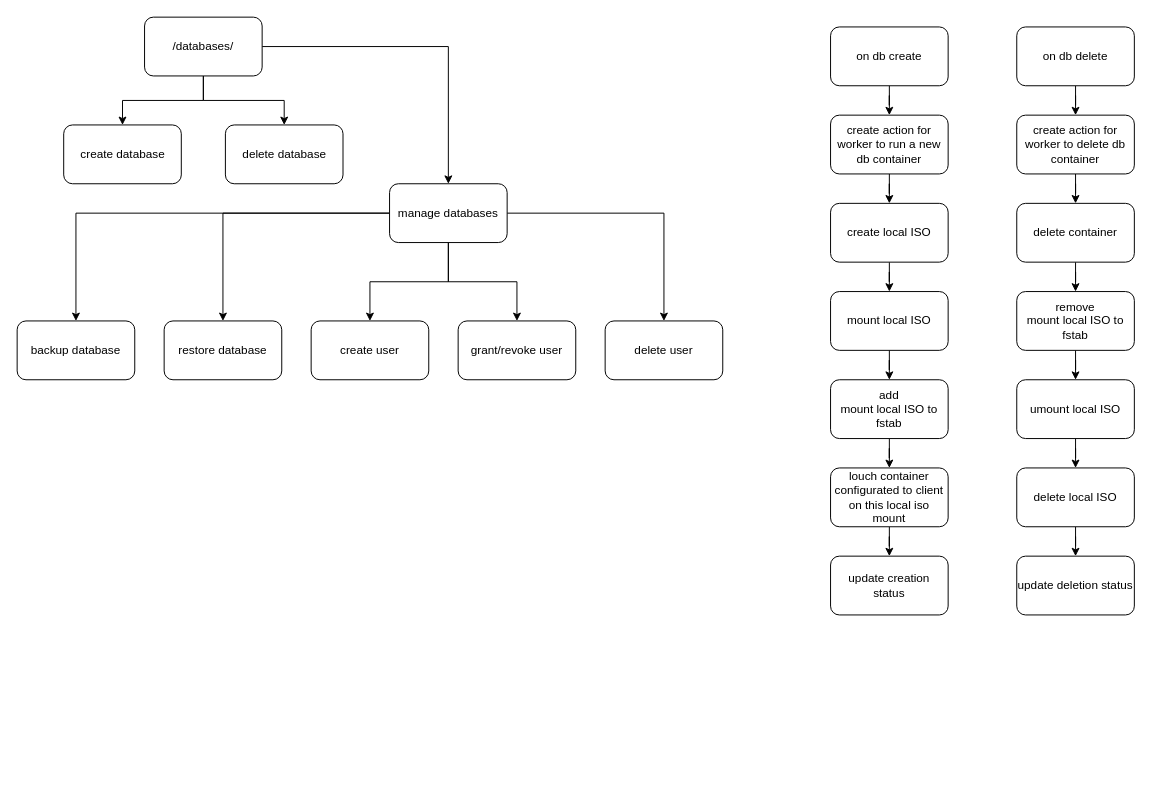
PedroMussato/pgaas.online keeps this draw.io diagram as diagrams/pgaas.drawio. Above is the earlier version. Source tidied: cells renumbered, new cells numbered last; positions are measured from the earlier drawing's top-left corner, leaving out a move shared by most shapes. Both pictures are drawn from the tidied source at 98%, with x=0, y=0 at pixel (17, 17).
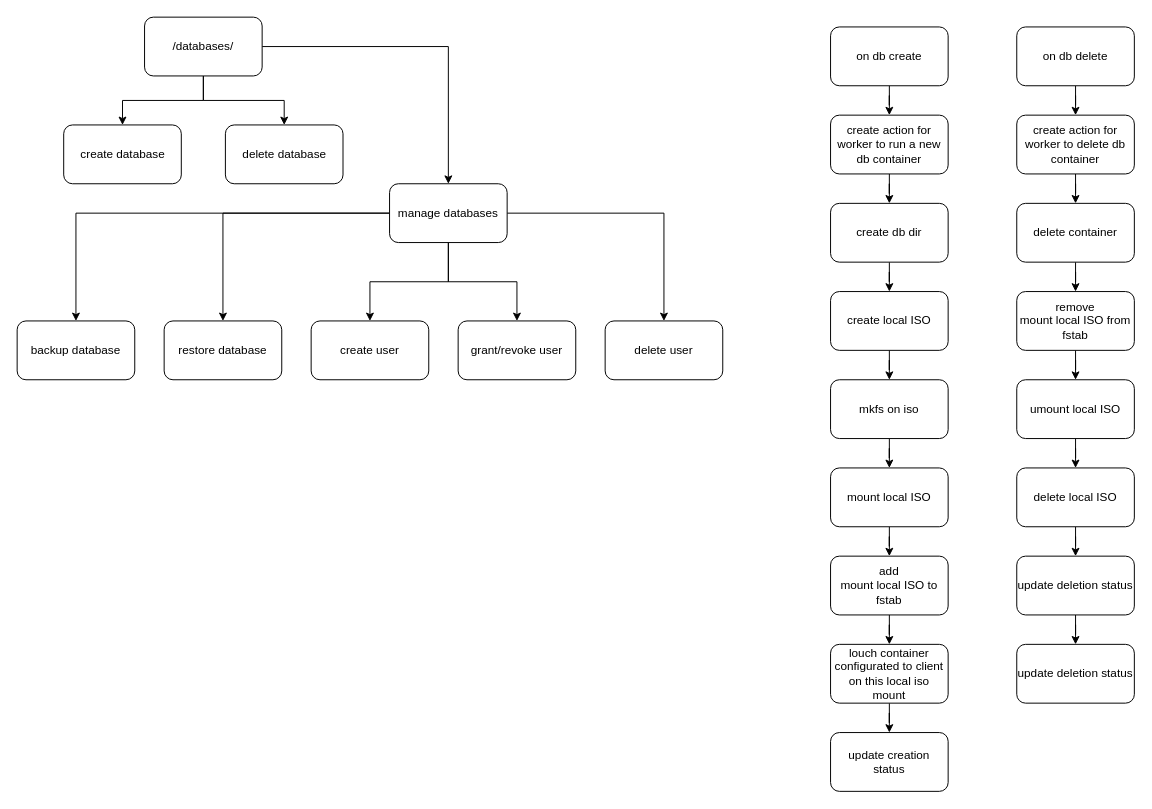
After the change.

The change refers to these unchanged cells:
```xml
<mxCell id="22" value="create action for worker to run a new db container" style="rounded=1;whiteSpace=wrap;html=1;" parent="1" vertex="1">
  <mxGeometry x="830" y="100" width="120" height="60" as="geometry" />
</mxCell>
<mxCell id="36" value="update deletion status" style="rounded=1;whiteSpace=wrap;html=1;" parent="1" vertex="1">
  <mxGeometry x="1020" y="550" width="120" height="60" as="geometry" />
</mxCell>
```

What changed in the source:
```diff
@@
-    <mxCell id="21" style="edgeStyle=orthogonalEdgeStyle;rounded=0;jettySize=auto;html=1;" parent="1" edge="1" source="22" target="25">
-      <mxGeometry relative="1" as="geometry" />
-    </mxCell>
+    <mxCell id="45" style="edgeStyle=orthogonalEdgeStyle;rounded=0;jettySize=auto;html=1;" parent="1" edge="1" source="22" target="49">
+      <mxGeometry relative="1" as="geometry" />
+    </mxCell>
@@
     <mxCell id="23" value="update creation status" style="rounded=1;whiteSpace=wrap;html=1;" parent="1" vertex="1">
-      <mxGeometry x="830" y="550" width="120" height="60" as="geometry" />
+      <mxGeometry x="830" y="730" width="120" height="60" as="geometry" />
     </mxCell>
-    <mxCell id="24" style="edgeStyle=orthogonalEdgeStyle;rounded=0;jettySize=auto;html=1;" parent="1" edge="1" source="25" target="27">
-      <mxGeometry relative="1" as="geometry" />
-    </mxCell>
+    <mxCell id="46" style="edgeStyle=orthogonalEdgeStyle;rounded=0;jettySize=auto;html=1;" parent="1" edge="1" source="25" target="51">
+      <mxGeometry relative="1" as="geometry" />
+    </mxCell>
     <mxCell id="25" value="&lt;div&gt;create local ISO&lt;/div&gt;" style="rounded=1;whiteSpace=wrap;html=1;" parent="1" vertex="1">
-      <mxGeometry x="830" y="190" width="120" height="60" as="geometry" />
+      <mxGeometry x="830" y="280" width="120" height="60" as="geometry" />
     </mxCell>
@@
     <mxCell id="27" value="&lt;div&gt;mount local ISO&lt;/div&gt;" style="rounded=1;whiteSpace=wrap;html=1;" parent="1" vertex="1">
-      <mxGeometry x="830" y="280" width="120" height="60" as="geometry" />
+      <mxGeometry x="830" y="460" width="120" height="60" as="geometry" />
     </mxCell>
@@
     <mxCell id="29" value="add&lt;br&gt;&lt;div&gt;mount local ISO to fstab&lt;br&gt;&lt;/div&gt;" style="rounded=1;whiteSpace=wrap;html=1;" parent="1" vertex="1">
-      <mxGeometry x="830" y="370" width="120" height="60" as="geometry" />
+      <mxGeometry x="830" y="550" width="120" height="60" as="geometry" />
     </mxCell>
@@
     <mxCell id="31" value="louch container configurated to client on this local iso mount" style="rounded=1;whiteSpace=wrap;html=1;" parent="1" vertex="1">
-      <mxGeometry x="830" y="460" width="120" height="60" as="geometry" />
+      <mxGeometry x="830" y="640" width="120" height="60" as="geometry" />
     </mxCell>
@@
+    <mxCell id="47" style="edgeStyle=orthogonalEdgeStyle;rounded=0;jettySize=auto;html=1;" parent="1" edge="1" source="36" target="52">
+      <mxGeometry relative="1" as="geometry" />
+    </mxCell>
@@
-    <mxCell id="42" value="remove&lt;br&gt;&lt;div&gt;mount local ISO to fstab&lt;br&gt;&lt;/div&gt;" style="rounded=1;whiteSpace=wrap;html=1;" parent="1" vertex="1">
+    <mxCell id="42" value="remove&lt;br&gt;&lt;div&gt;mount local ISO from fstab&lt;br&gt;&lt;/div&gt;" style="rounded=1;whiteSpace=wrap;html=1;" parent="1" vertex="1">
       <mxGeometry x="1020" y="280" width="120" height="60" as="geometry" />
     </mxCell>
@@
+    <mxCell id="48" style="edgeStyle=orthogonalEdgeStyle;rounded=0;jettySize=auto;html=1;" parent="1" edge="1" source="49" target="25">
+      <mxGeometry relative="1" as="geometry" />
+    </mxCell>
+    <mxCell id="49" value="create db dir" style="rounded=1;whiteSpace=wrap;html=1;" parent="1" vertex="1">
+      <mxGeometry x="830" y="190" width="120" height="60" as="geometry" />
+    </mxCell>
+    <mxCell id="50" style="edgeStyle=orthogonalEdgeStyle;rounded=0;jettySize=auto;html=1;" parent="1" edge="1" source="51" target="27">
+      <mxGeometry relative="1" as="geometry" />
+    </mxCell>
+    <mxCell id="51" value="&lt;div&gt;mkfs on iso&lt;/div&gt;" style="rounded=1;whiteSpace=wrap;html=1;" parent="1" vertex="1">
+      <mxGeometry x="830" y="370" width="120" height="60" as="geometry" />
+    </mxCell>
+    <mxCell id="52" value="update deletion status" style="rounded=1;whiteSpace=wrap;html=1;" parent="1" vertex="1">
+      <mxGeometry x="1020" y="640" width="120" height="60" as="geometry" />
+    </mxCell>
```
